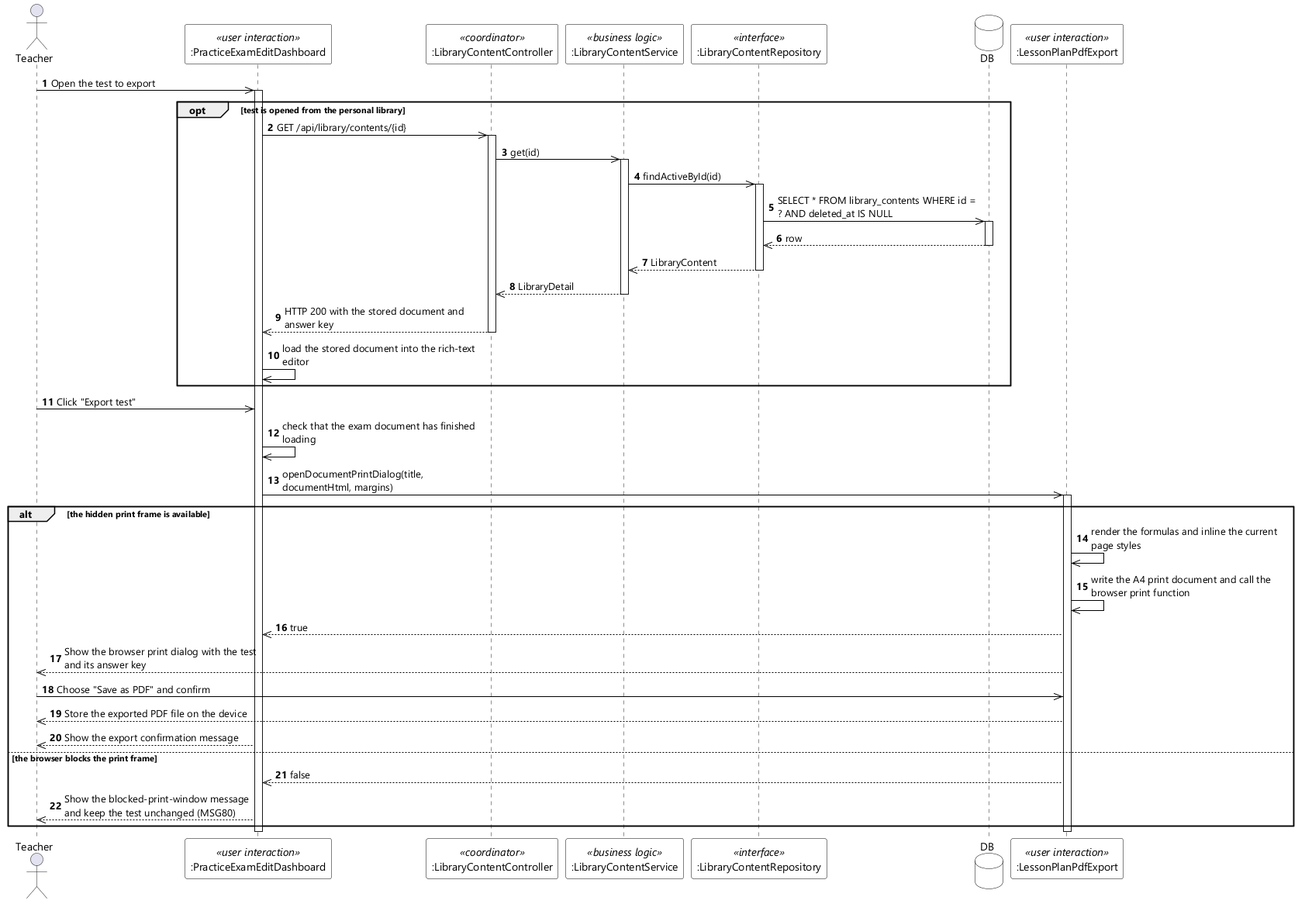
Earlier version of the PlantUML export designs/sds-diagrams/uc20/uc20-sequence-diagram-stereo.png (EduA-system/EduA-system).
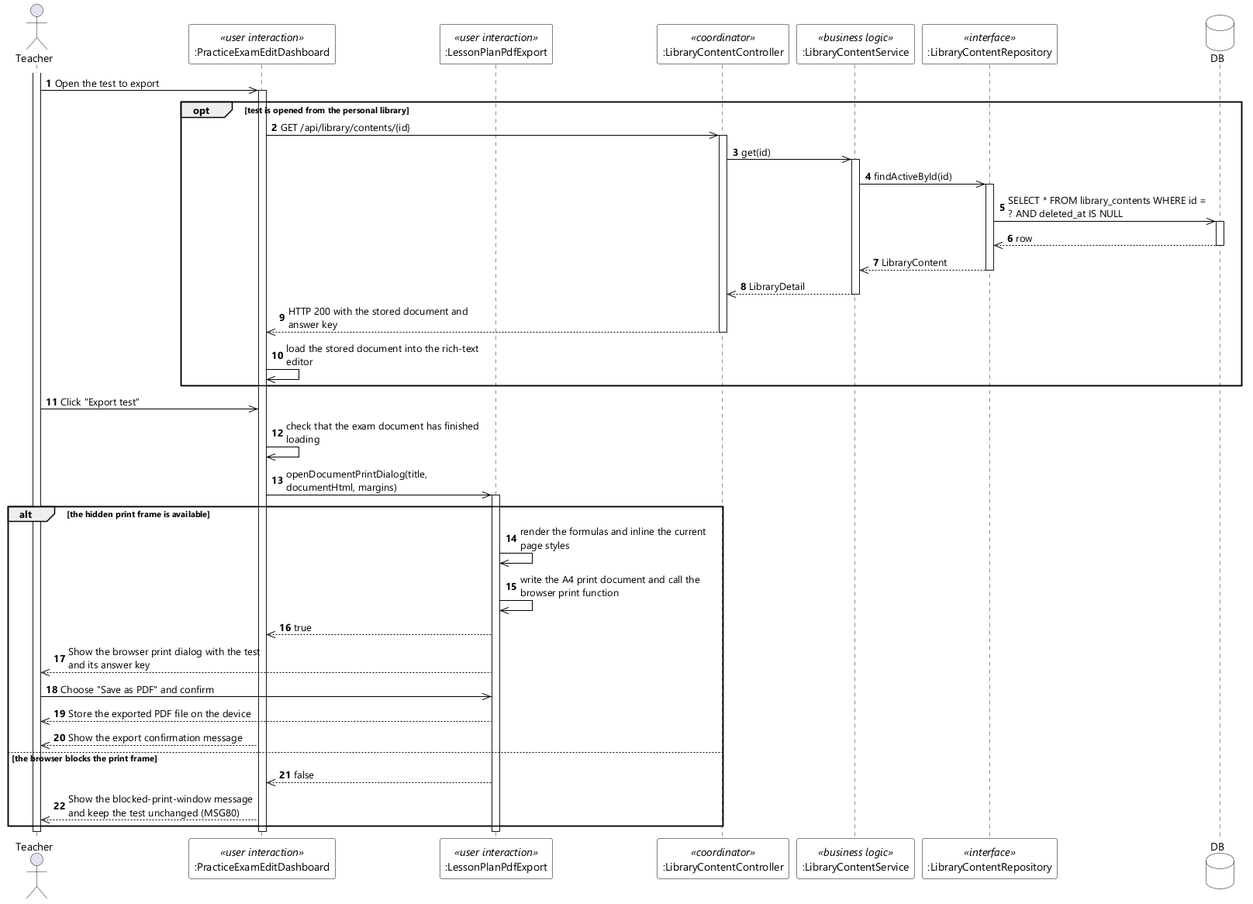
After the change.

What changed in the source:
```diff
@@ -12,13 +12,14 @@
 
 actor Teacher
 participant ":PracticeExamEditDashboard" as EDT <<user interaction>>
+participant ":LessonPlanPdfExport" as PRINT <<user interaction>>
 participant ":LibraryContentController" as CTL <<coordinator>>
 participant ":LibraryContentService" as SVC <<business logic>>
 participant ":LibraryContentRepository" as REPO <<interface>>
 database DB
-participant ":LessonPlanPdfExport" as PRINT <<user interaction>>
 
 autonumber
+activate Teacher
 Teacher ->> EDT : Open the test to export
 activate EDT
 
@@ -62,4 +63,5 @@
 end
 deactivate PRINT
 deactivate EDT
+deactivate Teacher
 @enduml
```
